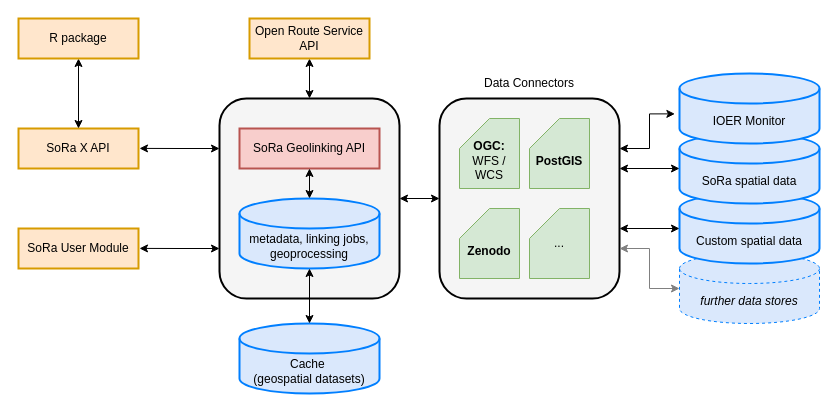
The draw.io diagram sora/sora_geolinking_network_v6_fuer_AGIT.drawio in traveller195/draw_io, before the edit. Source tidied: cells renumbered, new cells numbered last; positions are measured from the earlier drawing's top-left corner, leaving out a move shared by most shapes. Both pictures are drawn from the tidied source at 100%, with x=0, y=0 at pixel (18, 18).
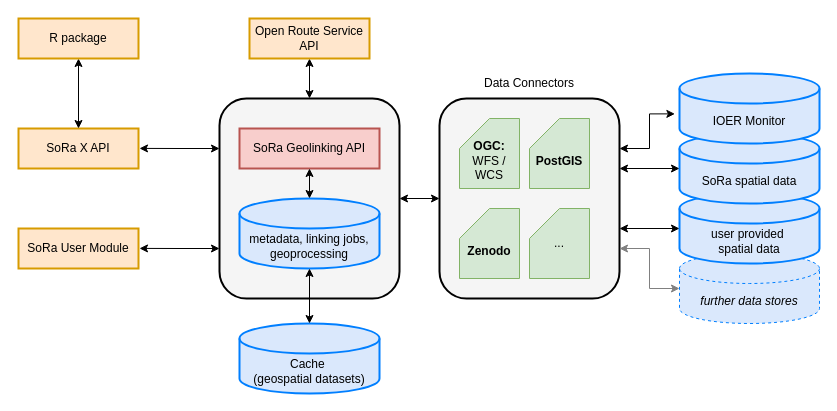
Above is the later version.

What changed in the source:
```diff
@@
-    <mxCell id="5" value="Custom spatial data" style="shape=cylinder3;whiteSpace=wrap;html=1;boundedLbl=1;backgroundOutline=1;size=15;fillColor=#dae8fc;strokeColor=#007FFF;strokeWidth=2;" parent="1" vertex="1">
+    <mxCell id="5" value="&lt;div&gt;user provided&amp;nbsp;&lt;/div&gt;&lt;div&gt;spatial data&lt;/div&gt;" style="shape=cylinder3;whiteSpace=wrap;html=1;boundedLbl=1;backgroundOutline=1;size=15;fillColor=#dae8fc;strokeColor=#007FFF;strokeWidth=2;" parent="1" vertex="1">
       <mxGeometry x="661" y="175" width="140" height="70" as="geometry" />
     </mxCell>
```
